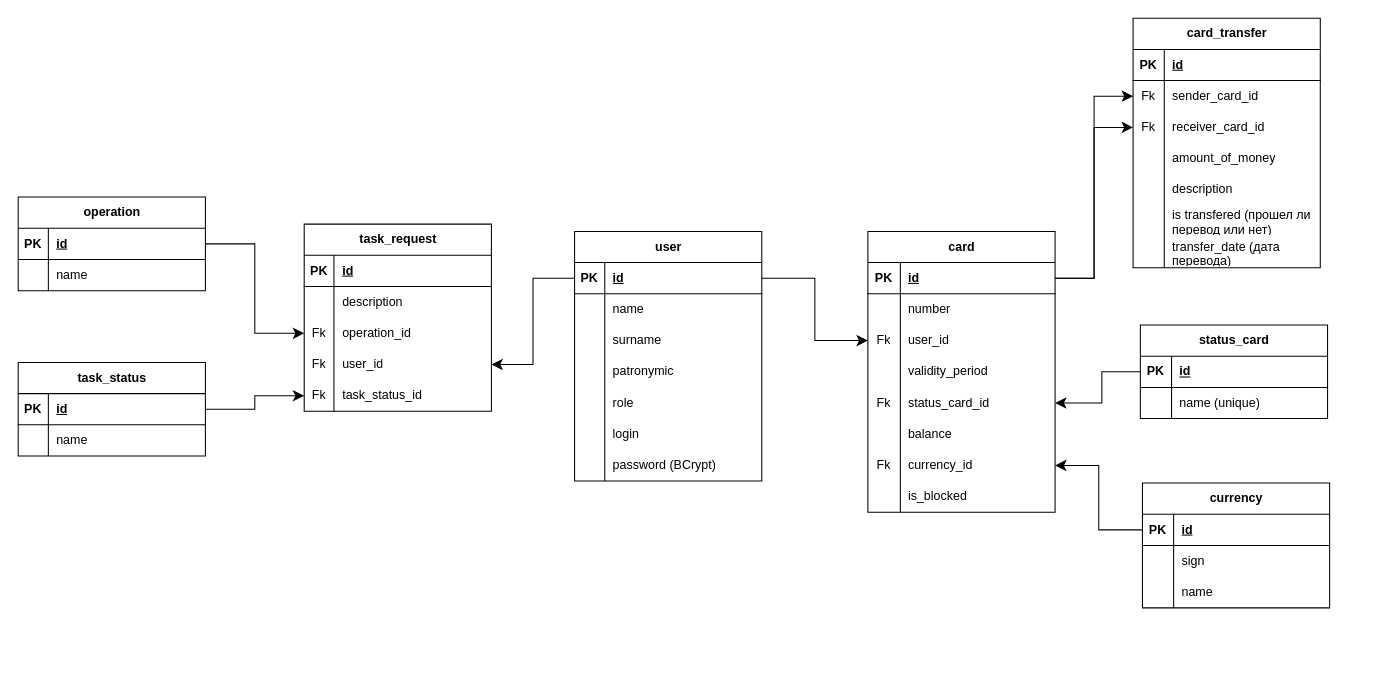
Before: docs/database/databaseDiagramms/diagramm.drawio in AbominablePutridity/CardApiService, a draw.io diagram. Source tidied: cells renumbered, new cells numbered last; positions are measured from the earlier drawing's top-left corner, leaving out a move shared by most shapes. Both pictures are drawn from the tidied source at 104%, with x=0, y=0 at pixel (18, 18).
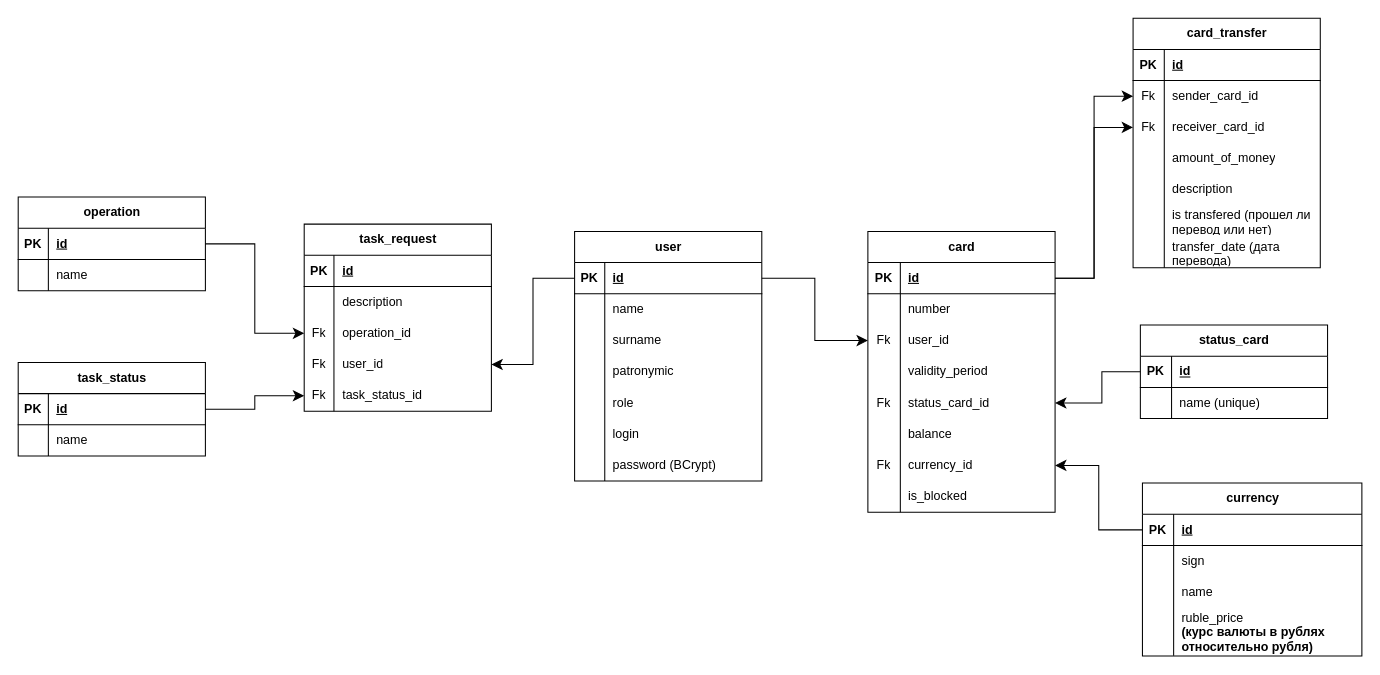
The same page after the edit.

The edit, as a diff of the source:
```diff
@@
     <mxCell id="58" value="currency" style="shape=table;startSize=30;childLayout=tableLayout;rowLines=0;fontStyle=1;align=center;html=1;" parent="1" vertex="1">
-      <mxGeometry x="1081" y="447" width="180" height="120" as="geometry" />
+      <mxGeometry x="1081" y="447" width="211" height="166.2" as="geometry" />
     </mxCell>
     <mxCell id="59" style="shape=tableRow;horizontal=0;startSize=0;swimlaneHead=0;swimlaneBody=0;fillColor=none;points=[[0,0.5],[1,0.5]];portConstraint=eastwest;top=0;left=0;right=0;bottom=1;" parent="58" vertex="1">
-      <mxGeometry y="30" width="180" height="30" as="geometry" />
+      <mxGeometry y="30" width="211" height="30" as="geometry" />
     </mxCell>
@@
     <mxCell id="61" value="id" style="shape=partialRectangle;fillColor=none;top=0;left=0;bottom=0;right=0;align=left;spacingLeft=6;fontStyle=5;overflow=hidden;whiteSpace=wrap;html=1;" parent="59" vertex="1">
-      <mxGeometry x="30" width="150" height="30" as="geometry" />
+      <mxGeometry x="30" width="181" height="30" as="geometry" />
     </mxCell>
     <mxCell id="62" style="shape=tableRow;horizontal=0;startSize=0;swimlaneHead=0;swimlaneBody=0;fillColor=none;top=0;left=0;right=0;bottom=0;" parent="58" vertex="1">
-      <mxGeometry y="60" width="180" height="30" as="geometry" />
+      <mxGeometry y="60" width="211" height="30" as="geometry" />
     </mxCell>
@@
     <mxCell id="64" value="sign" style="shape=partialRectangle;fillColor=none;top=0;left=0;bottom=0;right=0;align=left;spacingLeft=6;overflow=hidden;whiteSpace=wrap;html=1;" parent="62" vertex="1">
-      <mxGeometry x="30" width="150" height="30" as="geometry" />
+      <mxGeometry x="30" width="181" height="30" as="geometry" />
     </mxCell>
     <mxCell id="65" style="shape=tableRow;horizontal=0;startSize=0;swimlaneHead=0;swimlaneBody=0;fillColor=none;top=0;left=0;right=0;bottom=0;" parent="58" vertex="1">
-      <mxGeometry y="90" width="180" height="30" as="geometry" />
+      <mxGeometry y="90" width="211" height="30" as="geometry" />
     </mxCell>
@@
     <mxCell id="67" value="name" style="shape=partialRectangle;fillColor=none;top=0;left=0;bottom=0;right=0;align=left;spacingLeft=6;overflow=hidden;whiteSpace=wrap;html=1;" parent="65" vertex="1">
-      <mxGeometry x="30" width="150" height="30" as="geometry" />
+      <mxGeometry x="30" width="181" height="30" as="geometry" />
     </mxCell>
+    <mxCell id="126" style="shape=tableRow;horizontal=0;startSize=0;swimlaneHead=0;swimlaneBody=0;fillColor=none;top=0;left=0;right=0;bottom=0;" parent="58" vertex="1">
+      <mxGeometry y="120" width="211" height="46" as="geometry" />
+    </mxCell>
+    <mxCell id="127" style="shape=partialRectangle;fillColor=none;top=0;left=0;bottom=0;right=0;overflow=hidden;whiteSpace=wrap;html=1;" parent="126" vertex="1">
+      <mxGeometry width="30" height="46" as="geometry" />
+    </mxCell>
+    <mxCell id="128" value="ruble_price&lt;div&gt;&lt;b&gt;(курс валюты в рублях относительно рубля)&lt;/b&gt;&lt;/div&gt;" style="shape=partialRectangle;fillColor=none;top=0;left=0;bottom=0;right=0;align=left;spacingLeft=6;overflow=hidden;whiteSpace=wrap;html=1;" parent="126" vertex="1">
+      <mxGeometry x="30" width="181" height="46" as="geometry" />
+    </mxCell>
```
